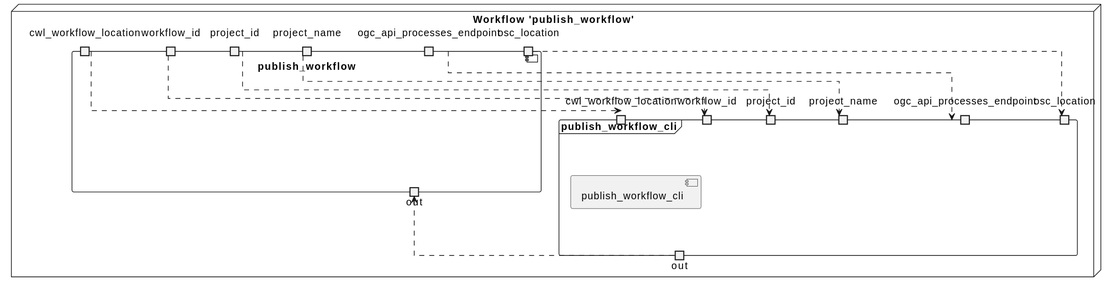
Earlier version of the PlantUML export docs/c4/components/workflow/publish_workflow/component.svg (Terradue/osc-client).
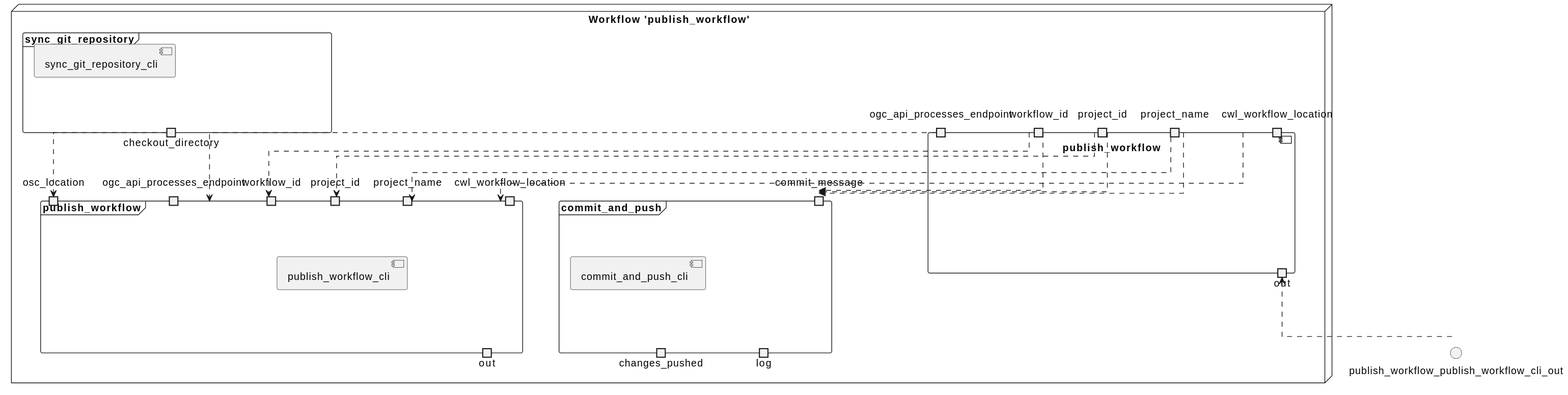
After the change.

Diff of the diagram source:
```diff
@@ -17,8 +17,6 @@
 
         portin "ogc_api_processes_endpoint" as publish_workflow_ogc_api_processes_endpoint
 
-        portin "osc_location" as publish_workflow_osc_location
-
         portin "cwl_workflow_location" as publish_workflow_cwl_workflow_location
 
 
@@ -27,62 +25,97 @@
     }
 
 
-    frame "publish_workflow_cli" as publish_workflow_publish_workflow_cli {
-
-        portin "workflow_id" as publish_workflow_publish_workflow_cli_workflow_id
+    frame "sync_git_repository" as publish_workflow_sync_git_repository {
 
 
 
-        publish_workflow_workflow_id .down.> publish_workflow_publish_workflow_cli_workflow_id
+        portout "checkout_directory" as publish_workflow_sync_git_repository_checkout_directory
+
+
+        component "sync_git_repository_cli" as sync_git_repository_cli
+    }
+
+    frame "publish_workflow" as publish_workflow_publish_workflow {
+
+        portin "workflow_id" as publish_workflow_publish_workflow_workflow_id
 
 
 
-        portin "project_id" as publish_workflow_publish_workflow_cli_project_id
+        publish_workflow_workflow_id .down.> publish_workflow_publish_workflow_workflow_id
 
 
 
-        publish_workflow_project_id .down.> publish_workflow_publish_workflow_cli_project_id
+        portin "project_id" as publish_workflow_publish_workflow_project_id
 
 
 
-        portin "project_name" as publish_workflow_publish_workflow_cli_project_name
+        publish_workflow_project_id .down.> publish_workflow_publish_workflow_project_id
 
 
 
-        publish_workflow_project_name .down.> publish_workflow_publish_workflow_cli_project_name
+        portin "project_name" as publish_workflow_publish_workflow_project_name
 
 
 
-        portin "ogc_api_processes_endpoint" as publish_workflow_publish_workflow_cli_ogc_api_processes_endpoint
+        publish_workflow_project_name .down.> publish_workflow_publish_workflow_project_name
 
 
 
-        publish_workflow_ogc_api_processes_endpoint .down.> publish_workflow_publish_workflow_cli_ogc_api_processes_endpoint
+        portin "ogc_api_processes_endpoint" as publish_workflow_publish_workflow_ogc_api_processes_endpoint
 
 
 
-        portin "osc_location" as publish_workflow_publish_workflow_cli_osc_location
+        publish_workflow_ogc_api_processes_endpoint .down.> publish_workflow_publish_workflow_ogc_api_processes_endpoint
 
 
 
-        publish_workflow_osc_location .down.> publish_workflow_publish_workflow_cli_osc_location
+        portin "osc_location" as publish_workflow_publish_workflow_osc_location
 
 
 
-        portin "cwl_workflow_location" as publish_workflow_publish_workflow_cli_cwl_workflow_location
+        publish_workflow_sync_git_repository_checkout_directory .down.> publish_workflow_publish_workflow_osc_location
 
 
 
-        publish_workflow_cwl_workflow_location .down.> publish_workflow_publish_workflow_cli_cwl_workflow_location
+        portin "cwl_workflow_location" as publish_workflow_publish_workflow_cwl_workflow_location
+
+
+
+        publish_workflow_cwl_workflow_location .down.> publish_workflow_publish_workflow_cwl_workflow_location
 
 
 
 
 
-        portout "out" as publish_workflow_publish_workflow_cli_out
+        portout "out" as publish_workflow_publish_workflow_out
 
 
         component "publish_workflow_cli" as publish_workflow_cli
+    }
+
+    frame "commit_and_push" as publish_workflow_commit_and_push {
+
+        portin "commit_message" as publish_workflow_commit_and_push_commit_message
+
+
+
+        publish_workflow_workflow_id .down.> publish_workflow_commit_and_push_commit_message
+
+        publish_workflow_project_name .down.> publish_workflow_commit_and_push_commit_message
+
+        publish_workflow_project_id .down.> publish_workflow_commit_and_push_commit_message
+
+
+
+
+
+
+        portout "changes_pushed" as publish_workflow_commit_and_push_changes_pushed
+
+        portout "log" as publish_workflow_commit_and_push_log
+
+
+        component "commit_and_push_cli" as commit_and_push_cli
     }
 
 }
```
